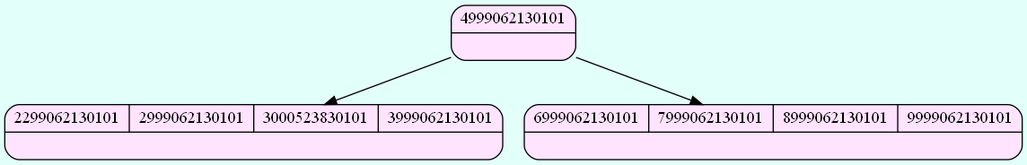
Serch-ING/EDD_UDRAWING_202000119 keeps this Graphviz diagram as FASE 2/Grafico/Admin_Btree_Clients.png. Above is the earlier version. Its source is kept beside it as FASE 2/Grafico/Admin_Btree_Clients.dot.
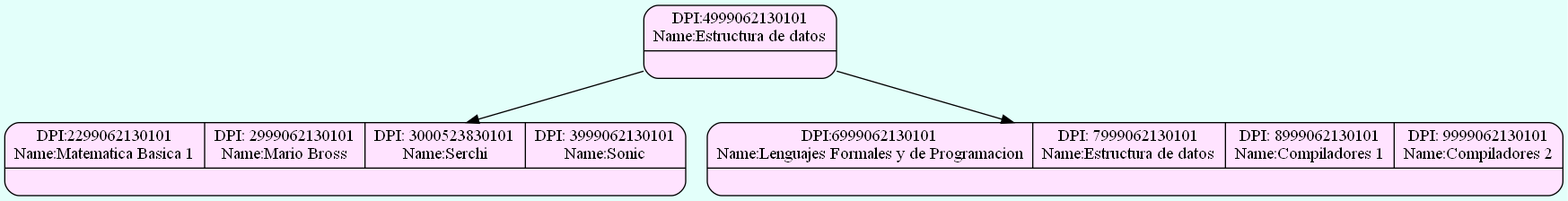
Above is the later version.

Commit message:
agregando datos de clientes arbol B

Change to the diagram source:
```diff
@@ -1,10 +1,10 @@
 digraph structs {
   bgcolor = "#E3FFFA"
  node [shape=Mrecord fillcolor="#FFE3FF" style =filled];
-struct886392987[label="{{4999062130101}|<here>}"];
-struct1255104929[label="{{2299062130101| 2999062130101| 3000523830101| 3999062130101}|<here>}"];
-struct1674410224[label="{{6999062130101| 7999062130101| 8999062130101| 9999062130101}|<here>}"];
+struct1955638246[label="{{DPI:4999062130101\nName:Estructura de datos}|<here>}"];
+struct1250075467[label="{{DPI:2299062130101\nName:Matematica Basica 1|DPI: 2999062130101\nName:Mario Bross|DPI: 3000523830101\nName:Serchi|DPI: 3999062130101\nName:Sonic}|<here>}"];
+struct353179037[label="{{DPI:6999062130101\nName:Lenguajes Formales y de Programacion|DPI: 7999062130101\nName:Estructura de datos|DPI: 8999062130101\nName:Compiladores 1|DPI: 9999062130101\nName:Compiladores 2}|<here>}"];
 
-struct886392987->struct1255104929;
-struct886392987->struct1674410224;
+struct1955638246->struct1250075467;
+struct1955638246->struct353179037;
 }
```
